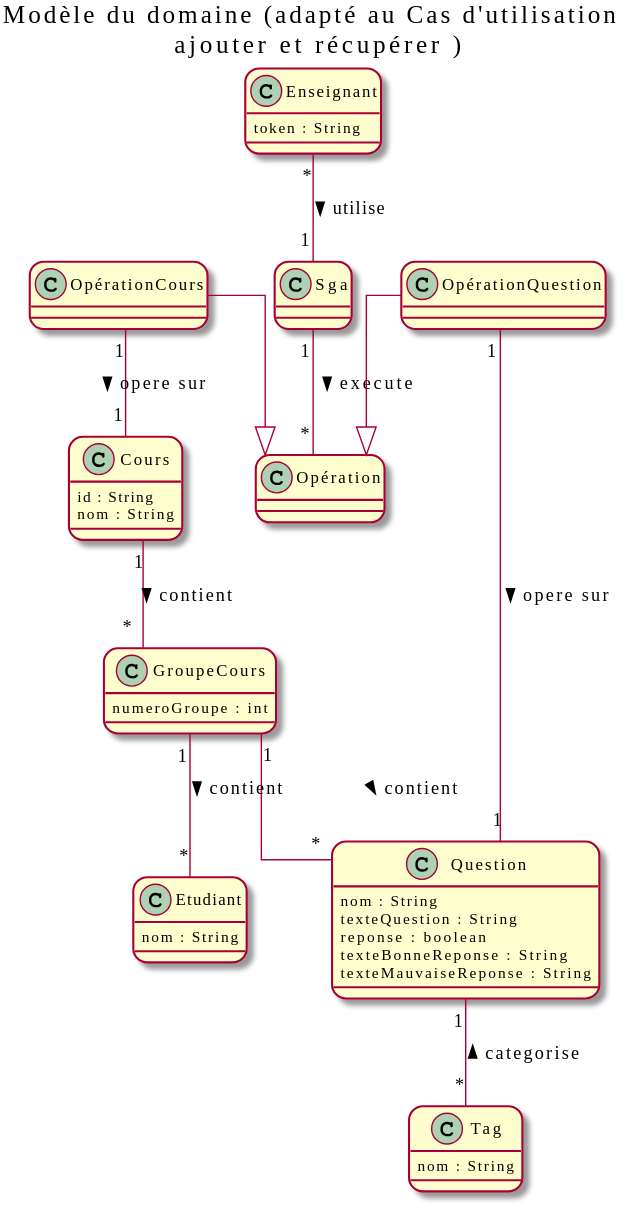
Earlier version of the PlantUML export out/docs/modeles/mdd/MDD.svg (nerdz88/SGA-TS).
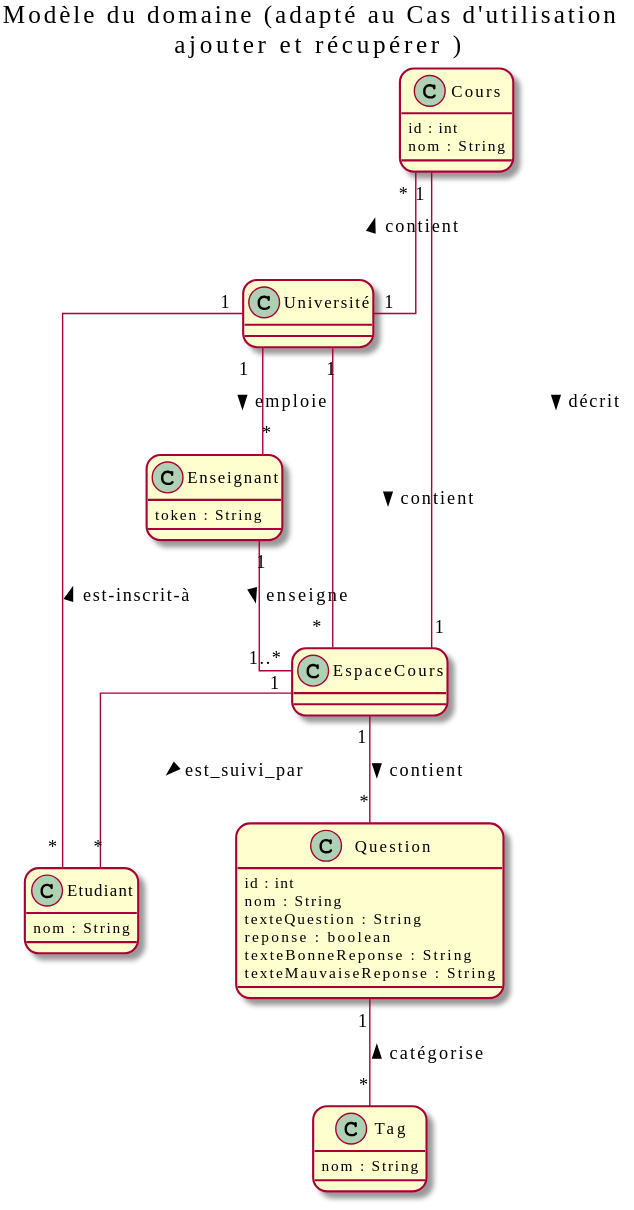
After the commit.

Change to the diagram source:
```diff
@@ -5,27 +5,14 @@
 
 title Modèle du domaine (adapté au Cas d'utilisation \n ajouter et récupérer )
 
-class Opération {
-
-}
-
-class OpérationCours
-
 class Cours {
-    id : String
+    id : int
     nom : String
 }
 
-class GroupeCours {
-    numeroGroupe : int
-}
 
 class Enseignant {
     token : String
-}
-
-class Sga {
-
 }
 
 class Etudiant {
@@ -37,6 +24,7 @@
 }
 
 class Question{
+    id : int
     nom : String
     texteQuestion : String
     reponse : boolean
@@ -44,18 +32,16 @@
     texteMauvaiseReponse : String
 }
 
-Enseignant "*"-- "1" Sga : utilise >
+class EspaceCours{
+}
 
-Sga "1" -- "*" Opération : execute >
-OpérationQuestion --|> Opération
-OpérationCours --|> Opération
-
-OpérationCours "1"-- "1"Cours : opere sur >
-Cours "1"-- "*"GroupeCours : contient >
-GroupeCours"1" -- "*"Question : contient >
-
-OpérationQuestion "1"-- "1"Question : opere sur >
-GroupeCours "1"-- "*"Etudiant : contient >
-
-Question "1" -- "*"Tag : < categorise
+Enseignant "1"--"1..*" EspaceCours : enseigne >
+Université "1"--"*" Enseignant : emploie >
+Cours "1"-- "1" EspaceCours : décrit >
+Université "1"-up-"*" Cours : contient >
+EspaceCours "1"-- "*"Etudiant : est_suivi_par >
+Question "1" -- "*"Tag : < catégorise
+Université "1"--"*" EspaceCours : contient >
+Université "1"-right-"*" Etudiant : est-inscrit-à <
+Question "*"-up-"1" EspaceCours : contient <
 @enduml
```
